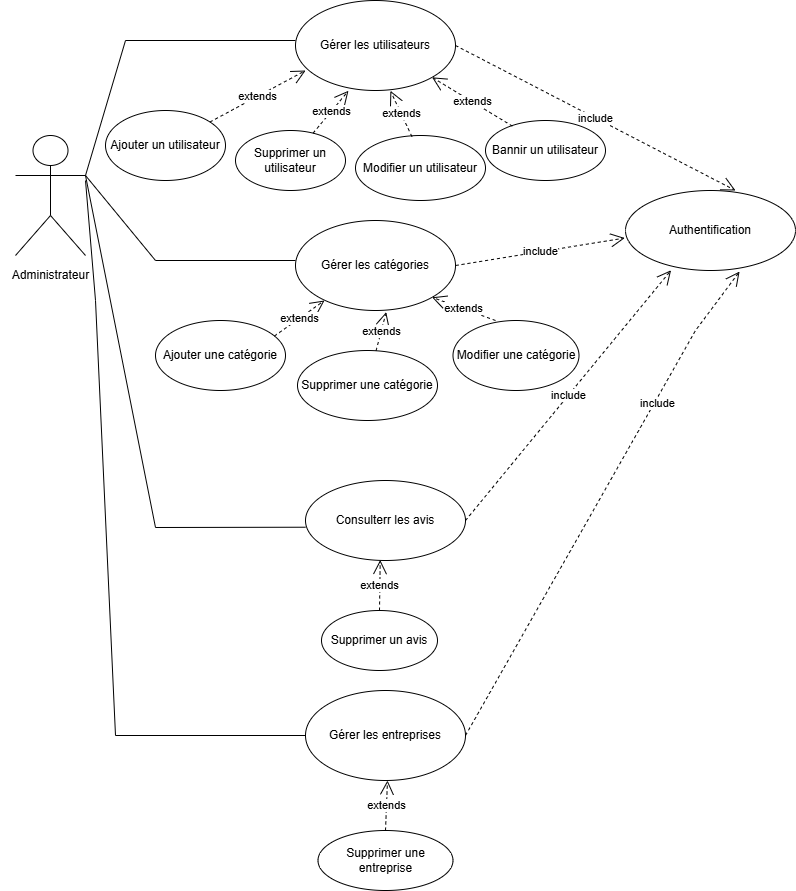
The draw.io diagram Admin.drawio.drawio.png in Rahma3-sys/Searchgi, before a commit. Source tidied: cells renumbered, new cells last; positions are measured from the earlier drawing's top-left corner, leaving out a move shared by most shapes.
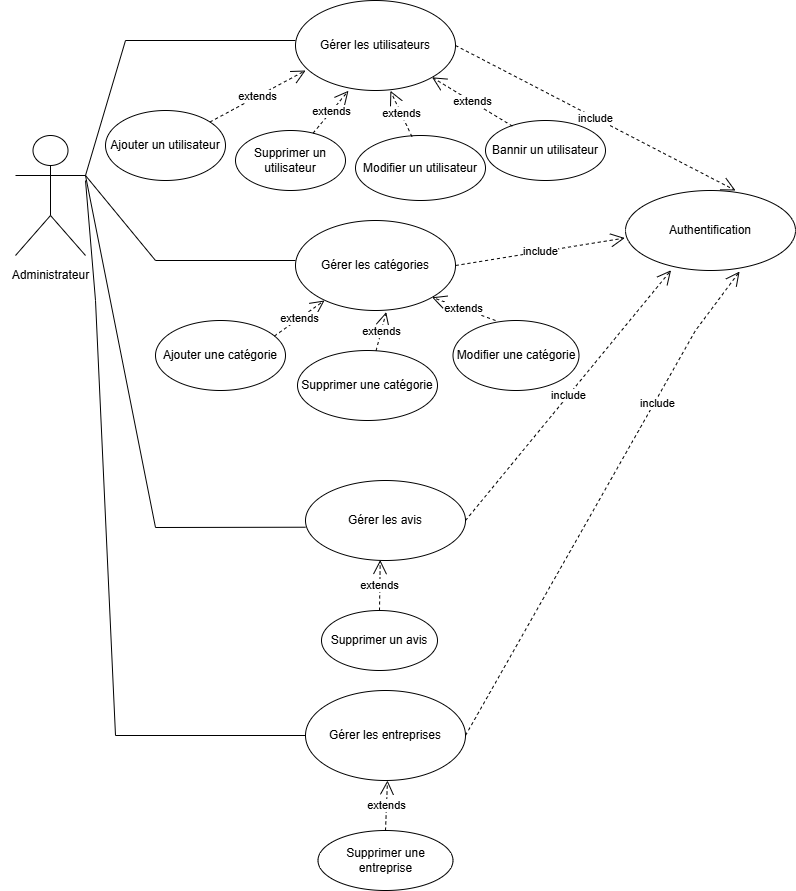
The same file after the commit.

Commit message:
Mettre à jour Admin.drawio.drawio.png

What changed in the source:
```diff
@@ -11,7 +11,7 @@
     <mxCell id="4" value="Supprimer une entreprise" style="ellipse;whiteSpace=wrap;html=1;" parent="1" vertex="1">
       <mxGeometry x="317.5" y="830" width="135" height="60" as="geometry" />
     </mxCell>
-    <mxCell id="5" value="Consulterr les avis" style="ellipse;whiteSpace=wrap;html=1;" parent="1" vertex="1">
+    <mxCell id="5" value="Gérer les avis" style="ellipse;whiteSpace=wrap;html=1;" parent="1" vertex="1">
       <mxGeometry x="305" y="480" width="160" height="80" as="geometry" />
     </mxCell>
     <mxCell id="6" value="Gérer les entreprises" style="ellipse;whiteSpace=wrap;html=1;" parent="1" vertex="1">
```
